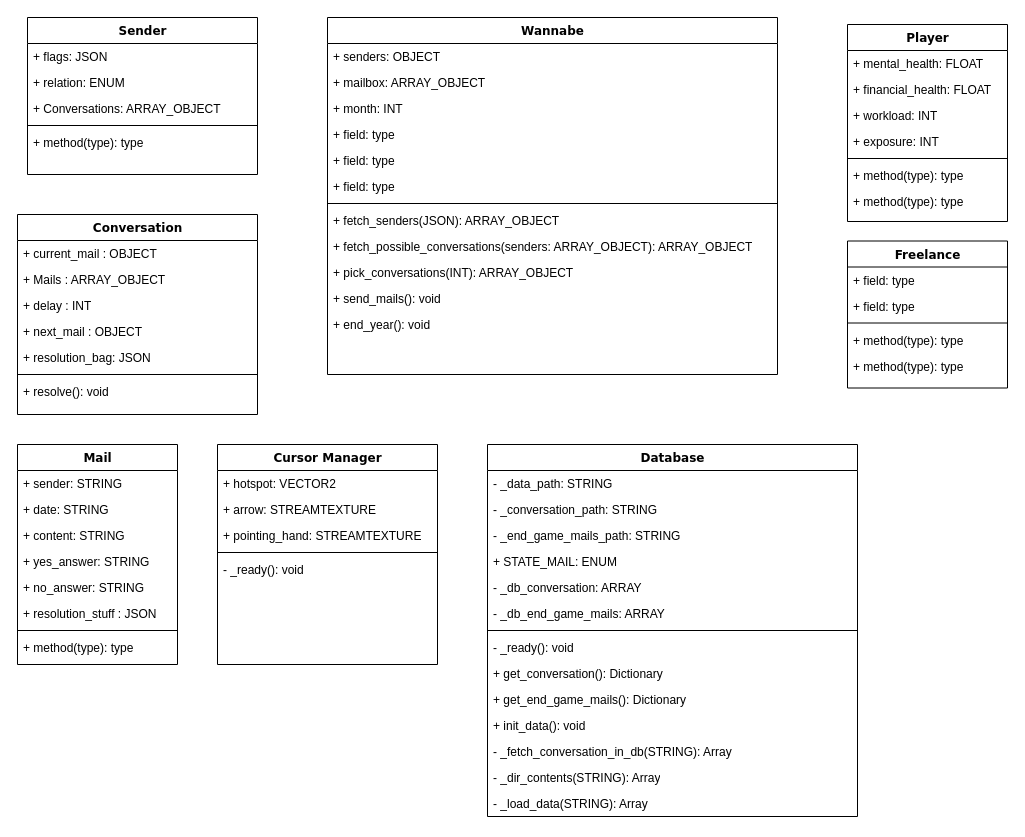
Before: YesMan/Diagramme sans nom.drawio in Daydreel/YesHuman, a draw.io diagram. Source tidied: cells renumbered, new cells numbered last; positions are measured from the earlier drawing's top-left corner, leaving out a move shared by most shapes. Both pictures are drawn from the tidied source at 100%, with x=0, y=0 at pixel (17, 17).
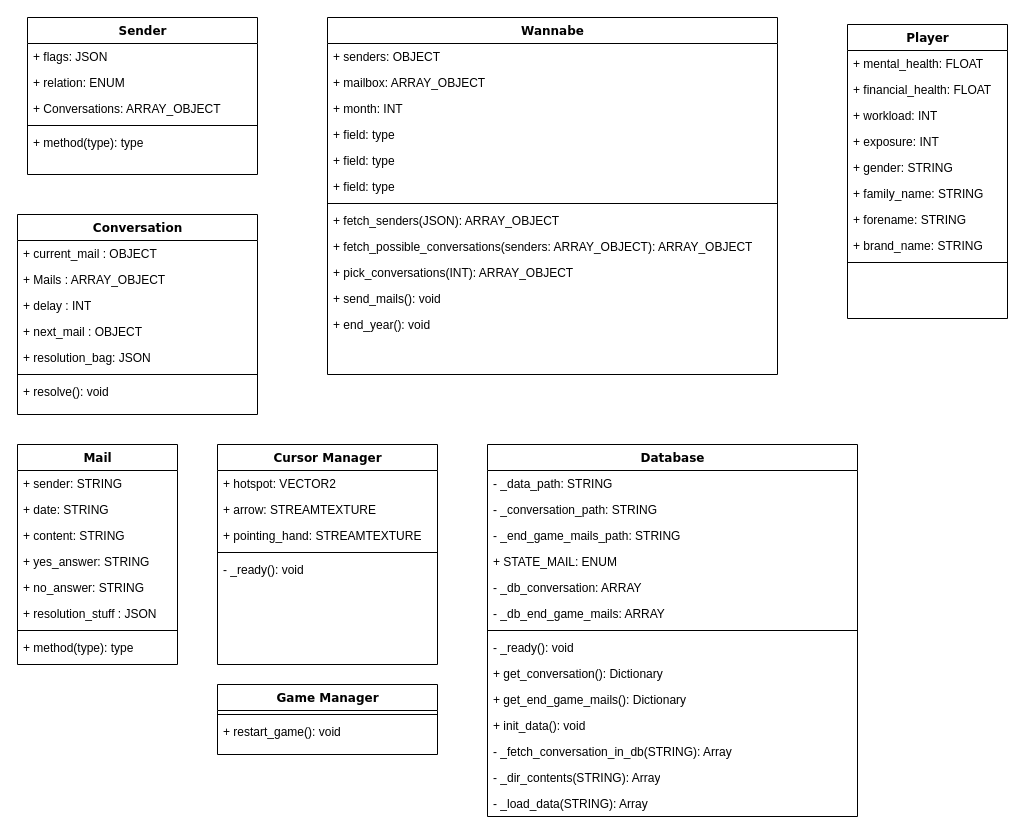
Above is the later version.

Commit message:
Player and game manager class in UML

Diff of the diagram source:
```diff
@@
     <mxCell id="21" value="Player" style="swimlane;html=1;fontStyle=1;align=center;verticalAlign=top;horizontal=1;startSize=26;swimlaneFillColor=#ffffff;rounded=0;shadow=0;comic=0;labelBackgroundColor=none;strokeWidth=1;fillColor=none;fontFamily=Verdana;fontSize=12;" parent="1" vertex="1">
-      <mxGeometry x="830" y="7" width="160" height="197" as="geometry" />
+      <mxGeometry x="830" y="7" width="160" height="294" as="geometry" />
     </mxCell>
@@
+    <mxCell id="73" value="+ exposure: INT" style="text;html=1;strokeColor=none;fillColor=none;align=left;verticalAlign=top;spacingLeft=4;spacingRight=4;whiteSpace=wrap;overflow=hidden;" parent="21" vertex="1">
+      <mxGeometry y="104" width="160" height="26" as="geometry" />
+    </mxCell>
+    <mxCell id="74" value="+ gender: STRING" style="text;html=1;strokeColor=none;fillColor=none;align=left;verticalAlign=top;spacingLeft=4;spacingRight=4;whiteSpace=wrap;overflow=hidden;" parent="21" vertex="1">
+      <mxGeometry y="130" width="160" height="26" as="geometry" />
+    </mxCell>
+    <mxCell id="75" value="+ family_name: STRING" style="text;html=1;strokeColor=none;fillColor=none;align=left;verticalAlign=top;spacingLeft=4;spacingRight=4;whiteSpace=wrap;overflow=hidden;" parent="21" vertex="1">
+      <mxGeometry y="156" width="160" height="26" as="geometry" />
+    </mxCell>
-    <mxCell id="25" value="+ exposure: INT" style="text;html=1;strokeColor=none;fillColor=none;align=left;verticalAlign=top;spacingLeft=4;spacingRight=4;whiteSpace=wrap;overflow=hidden;" parent="21" vertex="1">
-      <mxGeometry y="104" width="160" height="26" as="geometry" />
+    <mxCell id="25" value="+ forename: STRING" style="text;html=1;strokeColor=none;fillColor=none;align=left;verticalAlign=top;spacingLeft=4;spacingRight=4;whiteSpace=wrap;overflow=hidden;" parent="21" vertex="1">
+      <mxGeometry y="182" width="160" height="26" as="geometry" />
     </mxCell>
+    <mxCell id="76" value="+ brand_name: STRING" style="text;html=1;strokeColor=none;fillColor=none;align=left;verticalAlign=top;spacingLeft=4;spacingRight=4;whiteSpace=wrap;overflow=hidden;" parent="21" vertex="1">
+      <mxGeometry y="208" width="160" height="26" as="geometry" />
+    </mxCell>
     <mxCell id="26" style="line;html=1;strokeWidth=1;fillColor=none;align=left;verticalAlign=middle;spacingTop=-1;spacingLeft=3;spacingRight=3;labelPosition=right;" parent="21" vertex="1">
-      <mxGeometry y="130" width="160" height="8" as="geometry" />
+      <mxGeometry y="234" width="160" height="8" as="geometry" />
     </mxCell>
-    <mxCell id="27" value="+ method(type): type" style="text;html=1;strokeColor=none;fillColor=none;align=left;verticalAlign=top;spacingLeft=4;spacingRight=4;whiteSpace=wrap;overflow=hidden;" parent="21" vertex="1">
-      <mxGeometry y="138" width="160" height="26" as="geometry" />
-    </mxCell>
-    <mxCell id="28" value="+ method(type): type" style="text;html=1;strokeColor=none;fillColor=none;align=left;verticalAlign=top;spacingLeft=4;spacingRight=4;whiteSpace=wrap;overflow=hidden;" parent="21" vertex="1">
-      <mxGeometry y="164" width="160" height="26" as="geometry" />
-    </mxCell>
@@
-    <mxCell id="46" value="Freelance" style="swimlane;html=1;fontStyle=1;align=center;verticalAlign=top;horizontal=1;startSize=26;swimlaneFillColor=#ffffff;rounded=0;shadow=0;comic=0;labelBackgroundColor=none;strokeWidth=1;fillColor=none;fontFamily=Verdana;fontSize=12;" parent="1" vertex="1">
-      <mxGeometry x="830" y="223.5" width="160" height="147" as="geometry" />
-    </mxCell>
-    <mxCell id="47" value="+ field: type" style="text;html=1;strokeColor=none;fillColor=none;align=left;verticalAlign=top;spacingLeft=4;spacingRight=4;whiteSpace=wrap;overflow=hidden;" parent="46" vertex="1">
-      <mxGeometry y="26" width="160" height="26" as="geometry" />
-    </mxCell>
-    <mxCell id="48" value="+ field: type" style="text;html=1;strokeColor=none;fillColor=none;align=left;verticalAlign=top;spacingLeft=4;spacingRight=4;whiteSpace=wrap;overflow=hidden;" parent="46" vertex="1">
-      <mxGeometry y="52" width="160" height="26" as="geometry" />
-    </mxCell>
-    <mxCell id="49" style="line;html=1;strokeWidth=1;fillColor=none;align=left;verticalAlign=middle;spacingTop=-1;spacingLeft=3;spacingRight=3;labelPosition=right;" parent="46" vertex="1">
-      <mxGeometry y="78" width="160" height="8" as="geometry" />
-    </mxCell>
-    <mxCell id="50" value="+ method(type): type" style="text;html=1;strokeColor=none;fillColor=none;align=left;verticalAlign=top;spacingLeft=4;spacingRight=4;whiteSpace=wrap;overflow=hidden;" parent="46" vertex="1">
-      <mxGeometry y="86" width="160" height="26" as="geometry" />
-    </mxCell>
-    <mxCell id="51" value="+ method(type): type" style="text;html=1;strokeColor=none;fillColor=none;align=left;verticalAlign=top;spacingLeft=4;spacingRight=4;whiteSpace=wrap;overflow=hidden;" parent="46" vertex="1">
-      <mxGeometry y="112" width="160" height="26" as="geometry" />
-    </mxCell>
@@
+    <mxCell id="77" value="Game Manager" style="swimlane;html=1;fontStyle=1;align=center;verticalAlign=top;horizontal=1;startSize=26;swimlaneFillColor=#ffffff;rounded=0;shadow=0;comic=0;labelBackgroundColor=none;strokeWidth=1;fillColor=none;fontFamily=Verdana;fontSize=12;" parent="1" vertex="1">
+      <mxGeometry x="200" y="667" width="220" height="70" as="geometry" />
+    </mxCell>
+    <mxCell id="78" style="line;html=1;strokeWidth=1;fillColor=none;align=left;verticalAlign=middle;spacingTop=-1;spacingLeft=3;spacingRight=3;labelPosition=right;" parent="77" vertex="1">
+      <mxGeometry y="26" width="220" height="8" as="geometry" />
+    </mxCell>
+    <mxCell id="79" value="+ restart_game(): void" style="text;html=1;strokeColor=none;fillColor=none;align=left;verticalAlign=top;spacingLeft=4;spacingRight=4;whiteSpace=wrap;overflow=hidden;" parent="77" vertex="1">
+      <mxGeometry y="34" width="220" height="26" as="geometry" />
+    </mxCell>
```
